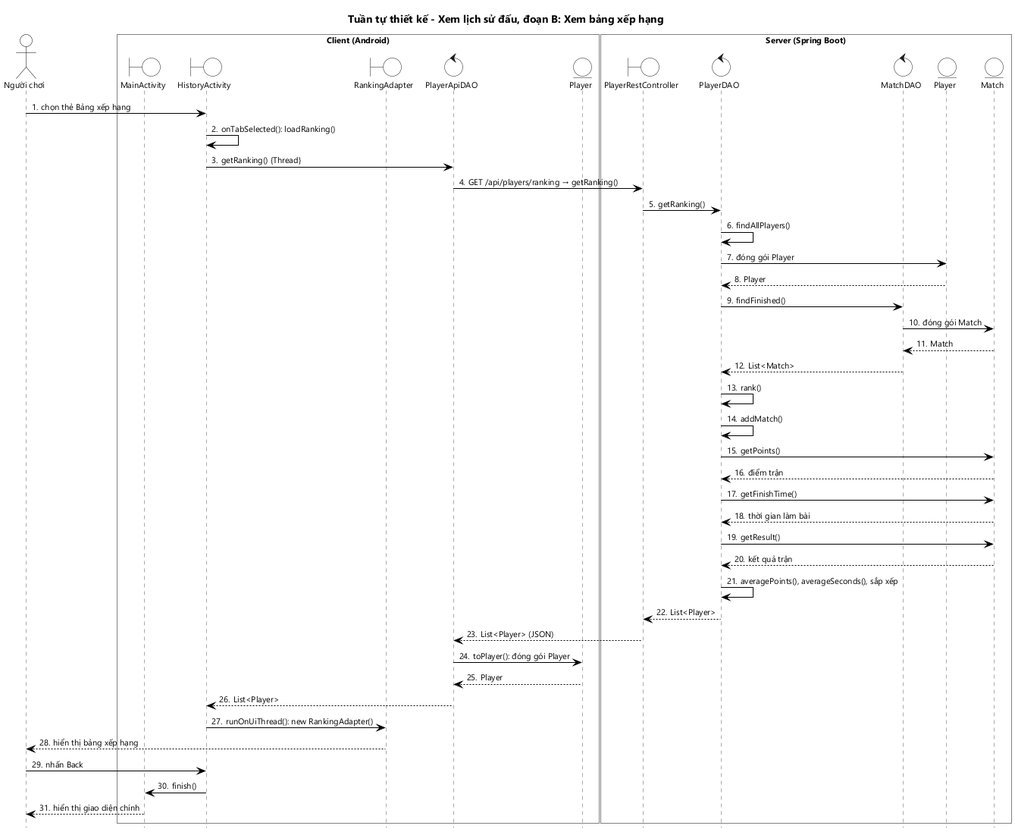
Earlier version of the PlantUML export docs/hung/tuan-tu-thiet-ke-uc04b.png (HungNguyenBa1811/math-dash).
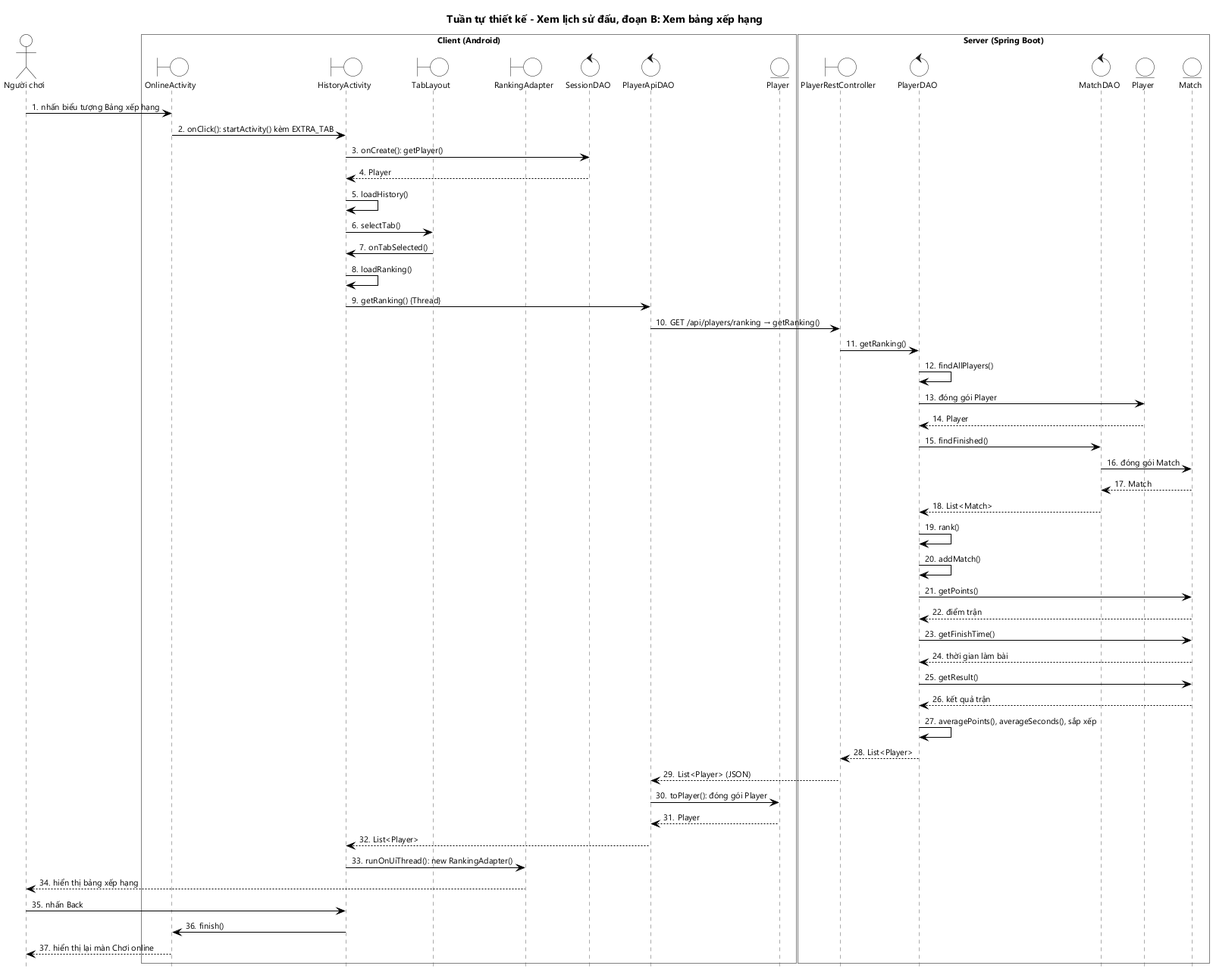
The same file after the commit.

Diff of the diagram source:
```diff
@@ -4,9 +4,11 @@
 
 actor "Người chơi" as U
 box "Client (Android)" #FFFFFF
-boundary MainActivity as MA
+boundary OnlineActivity as OA
 boundary HistoryActivity as HA
+boundary TabLayout as TL
 boundary RankingAdapter as RAD
+control SessionDAO as SD
 control PlayerApiDAO as PAD
 entity Player as P
 end box
@@ -18,8 +20,14 @@
 entity "Match" as SM
 end box
 
-U -> HA : chọn thẻ Bảng xếp hạng
-HA -> HA : onTabSelected(): loadRanking()
+U -> OA : nhấn biểu tượng Bảng xếp hạng
+OA -> HA : onClick(): startActivity() kèm EXTRA_TAB
+HA -> SD : onCreate(): getPlayer()
+SD --> HA : Player
+HA -> HA : loadHistory()
+HA -> TL : selectTab()
+TL -> HA : onTabSelected()
+HA -> HA : loadRanking()
 HA -> PAD : getRanking() {Thread}
 PAD -> PRC : GET /api/players/ranking → getRanking()
 PRC -> PD : getRanking()
@@ -47,6 +55,6 @@
 HA -> RAD : runOnUiThread(): new RankingAdapter()
 RAD --> U : hiển thị bảng xếp hạng
 U -> HA : nhấn Back
-HA -> MA : finish()
-MA --> U : hiển thị giao diện chính
+HA -> OA : finish()
+OA --> U : hiển thị lại màn Chơi online
 @enduml
```
